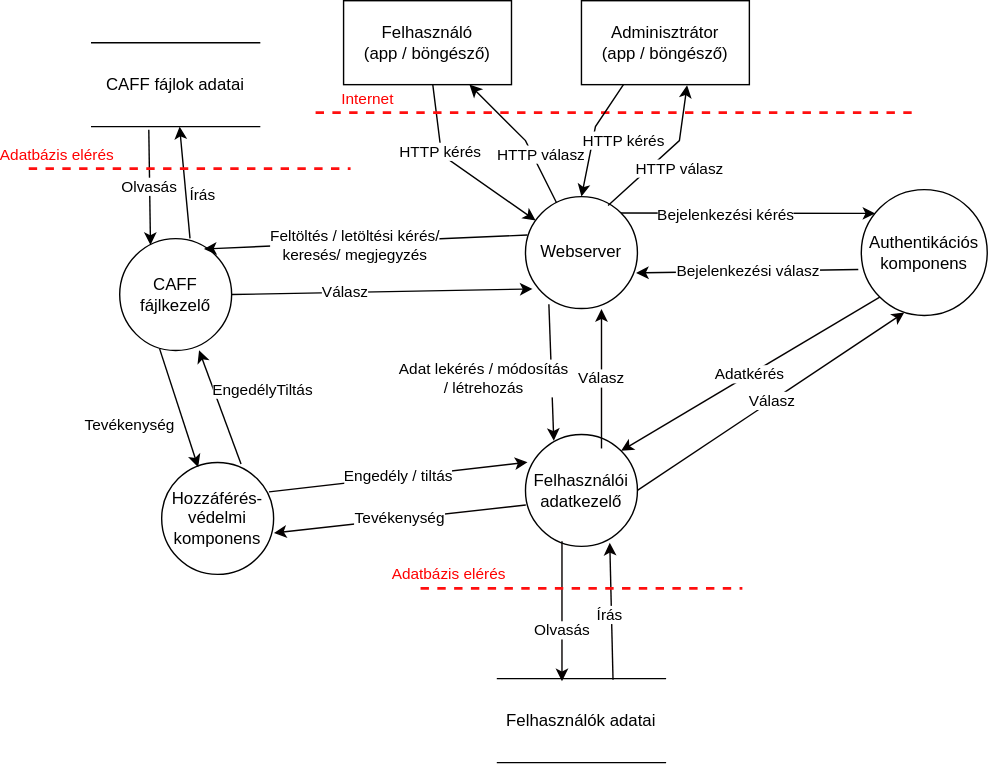
Earlier version of the draw.io export Pictures/Data_flow_chart_with_Admin.svg (Fylota/hagyma_crysys). Source tidied: cells renumbered, new cells last; positions are measured from the earlier drawing's top-left corner, leaving out a move shared by most shapes.
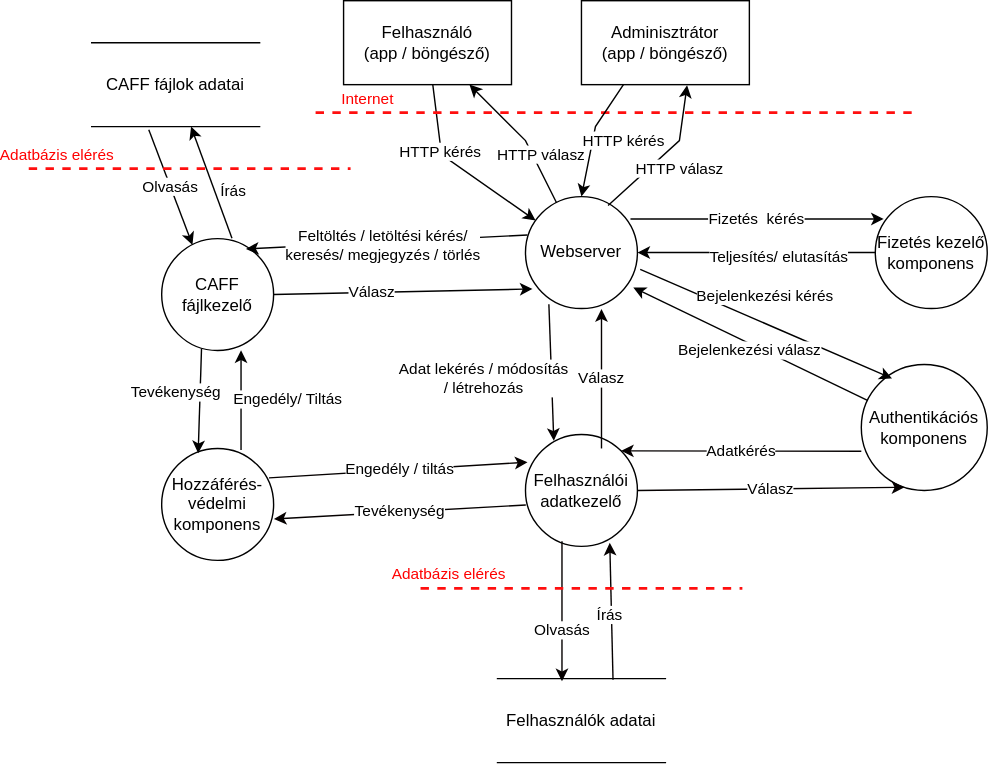
The same diagram one commit later.

Commit message:
Update data flows

The edit, as a diff of the source:
```diff
@@ -24,28 +24,28 @@
       </mxGeometry>
     </mxCell>
     <mxCell id="6" value="Authentikációs komponens" style="ellipse;whiteSpace=wrap;html=1;fillColor=none;" parent="1" vertex="1">
-      <mxGeometry x="595" y="135" width="90" height="90" as="geometry" />
+      <mxGeometry x="595" y="260" width="90" height="90" as="geometry" />
     </mxCell>
-    <mxCell id="7" style="endArrow=classic;html=1;rounded=0;exitX=1;exitY=0;exitDx=0;exitDy=0;" parent="1" edge="1" source="2">
-      <mxGeometry relative="1" as="geometry">
-        <mxPoint x="605" y="152" as="targetPoint" />
-      </mxGeometry>
+    <mxCell id="7" style="endArrow=classic;html=1;rounded=0;exitX=1.025;exitY=0.65;exitDx=0;exitDy=0;entryX=0.244;entryY=0.111;entryDx=0;entryDy=0;entryPerimeter=0;exitPerimeter=0;" parent="1" edge="1" source="2" target="6">
+      <mxGeometry relative="1" as="geometry" />
     </mxCell>
     <mxCell id="8" value="Bejelenkezési kérés" style="edgeLabel;html=1;align=center;verticalAlign=middle;" parent="7" vertex="1">
       <mxGeometry x="-0.35" y="-1" relative="1" as="geometry">
-        <mxPoint x="15" as="offset" />
+        <mxPoint x="30" y="-8" as="offset" />
       </mxGeometry>
     </mxCell>
-    <mxCell id="9" value="Bejelenkezési válasz" style="endArrow=classic;html=1;rounded=0;exitX=-0.024;exitY=0.635;exitDx=0;exitDy=0;entryX=0.988;entryY=0.682;entryDx=0;entryDy=0;exitPerimeter=0;entryPerimeter=0;" parent="1" edge="1" source="6" target="2">
-      <mxGeometry relative="1" as="geometry" />
+    <mxCell id="9" value="Bejelenkezési válasz" style="endArrow=classic;html=1;rounded=0;entryX=0.963;entryY=0.813;entryDx=0;entryDy=0;entryPerimeter=0;" parent="1" edge="1" source="6" target="2">
+      <mxGeometry x="-0.01" y="5" relative="1" as="geometry">
+        <mxPoint y="-1" as="offset" />
+      </mxGeometry>
     </mxCell>
     <mxCell id="10" value="CAFF fájlkezelő" style="ellipse;whiteSpace=wrap;html=1;fillColor=none;" parent="1" vertex="1">
-      <mxGeometry x="65" y="170" width="80" height="80" as="geometry" />
+      <mxGeometry x="95" y="170" width="80" height="80" as="geometry" />
     </mxCell>
     <mxCell id="11" style="endArrow=classic;html=1;rounded=0;entryX=0.753;entryY=0.093;entryDx=0;entryDy=0;exitX=0.018;exitY=0.343;exitDx=0;exitDy=0;exitPerimeter=0;entryPerimeter=0;" parent="1" edge="1" source="2" target="10">
       <mxGeometry relative="1" as="geometry" />
     </mxCell>
-    <mxCell id="12" value="Feltöltés / letöltési kérés/ &lt;br&gt;keresés/ megjegyzés" style="edgeLabel;html=1;align=center;verticalAlign=middle;" parent="11" vertex="1">
+    <mxCell id="12" value="Feltöltés / letöltési kérés/ &lt;br&gt;keresés/ megjegyzés / törlés" style="edgeLabel;html=1;align=center;verticalAlign=middle;" parent="11" vertex="1">
       <mxGeometry x="0.34" relative="1" as="geometry">
         <mxPoint x="31" as="offset" />
       </mxGeometry>
@@ -65,12 +65,12 @@
       <mxGeometry relative="1" as="geometry" />
     </mxCell>
     <mxCell id="17" value="Hozzáférés-védelmi komponens" style="ellipse;whiteSpace=wrap;html=1;fillColor=none;" parent="1" vertex="1">
-      <mxGeometry x="95" y="330" width="80" height="80" as="geometry" />
+      <mxGeometry x="95" y="320" width="80" height="80" as="geometry" />
     </mxCell>
     <mxCell id="18" value="Tevékenység" style="endArrow=classic;html=1;rounded=0;exitX=0.356;exitY=0.983;exitDx=0;exitDy=0;entryX=0.326;entryY=0.042;entryDx=0;entryDy=0;exitPerimeter=0;entryPerimeter=0;" parent="1" edge="1" source="10" target="17">
-      <mxGeometry x="0.01" y="-37" relative="1" as="geometry" />
+      <mxGeometry x="-0.15" y="-17" relative="1" as="geometry" />
     </mxCell>
-    <mxCell id="19" value="EngedélyTiltás" style="endArrow=classic;html=1;rounded=0;exitX=0.709;exitY=0.013;exitDx=0;exitDy=0;entryX=0.709;entryY=0.998;entryDx=0;entryDy=0;entryPerimeter=0;exitPerimeter=0;" parent="1" edge="1" source="17" target="10">
+    <mxCell id="19" value="Engedély/ Tiltás" style="endArrow=classic;html=1;rounded=0;exitX=0.709;exitY=0.013;exitDx=0;exitDy=0;entryX=0.709;entryY=0.998;entryDx=0;entryDy=0;entryPerimeter=0;exitPerimeter=0;" parent="1" edge="1" source="17" target="10">
       <mxGeometry x="0.01" y="-33" relative="1" as="geometry" />
     </mxCell>
     <mxCell id="20" value="&lt;font color=&quot;#ff0000&quot;&gt;Internet&lt;/font&gt;" style="endArrow=none;dashed=1;html=1;strokeWidth=2;rounded=0;strokeColor=#FF0F0F;" parent="1" edge="1">
@@ -85,7 +85,7 @@
     <mxCell id="21" value="&lt;font color=&quot;#000000&quot;&gt;Felhasználói adatkezelő&lt;/font&gt;" style="ellipse;whiteSpace=wrap;html=1;fontColor=#FF0000;fillColor=none;" parent="1" vertex="1">
       <mxGeometry x="355" y="310" width="80" height="80" as="geometry" />
     </mxCell>
-    <mxCell id="22" value="Adatkérés" style="endArrow=classic;html=1;rounded=0;strokeColor=#050000;fontColor=#000000;entryX=1;entryY=0;entryDx=0;entryDy=0;exitX=0;exitY=1;exitDx=0;exitDy=0;" parent="1" edge="1" source="6" target="21">
+    <mxCell id="22" value="Adatkérés" style="endArrow=classic;html=1;rounded=0;strokeColor=#050000;fontColor=#000000;entryX=1;entryY=0;entryDx=0;entryDy=0;exitX=0;exitY=0.689;exitDx=0;exitDy=0;exitPerimeter=0;" parent="1" edge="1" source="6" target="21">
       <mxGeometry relative="1" as="geometry" />
     </mxCell>
     <mxCell id="23" value="Válasz" style="endArrow=classic;html=1;rounded=0;strokeColor=#050000;fontColor=#000000;exitX=1;exitY=0.5;exitDx=0;exitDy=0;entryX=0.342;entryY=0.975;entryDx=0;entryDy=0;entryPerimeter=0;" parent="1" edge="1" source="21" target="6">
@@ -155,5 +155,14 @@
     <mxCell id="37" value="Tevékenység" style="endArrow=classic;html=1;rounded=0;strokeColor=#050000;fontColor=#000000;entryX=1.003;entryY=0.63;entryDx=0;entryDy=0;entryPerimeter=0;exitX=0.003;exitY=0.63;exitDx=0;exitDy=0;exitPerimeter=0;" parent="1" edge="1" source="21" target="17">
       <mxGeometry relative="1" as="geometry" />
     </mxCell>
+    <mxCell id="38" value="Fizetés kezelő komponens" style="ellipse;whiteSpace=wrap;html=1;fillColor=none;" parent="1" vertex="1">
+      <mxGeometry x="605" y="140" width="80" height="80" as="geometry" />
+    </mxCell>
+    <mxCell id="39" value="Fizetés&amp;nbsp; kérés" style="endArrow=classic;html=1;rounded=0;exitX=0.938;exitY=0.2;exitDx=0;exitDy=0;exitPerimeter=0;entryX=0.075;entryY=0.2;entryDx=0;entryDy=0;entryPerimeter=0;" parent="1" edge="1" source="2" target="38">
+      <mxGeometry relative="1" as="geometry" />
+    </mxCell>
+    <mxCell id="40" value="Teljesítés/ elutasítás" style="endArrow=classic;html=1;rounded=0;entryX=1;entryY=0.5;entryDx=0;entryDy=0;exitX=0;exitY=0.5;exitDx=0;exitDy=0;" parent="1" edge="1" source="38" target="2">
+      <mxGeometry x="-0.18" y="3" relative="1" as="geometry" />
+    </mxCell>
   </root>
 </mxGraphModel>
```
